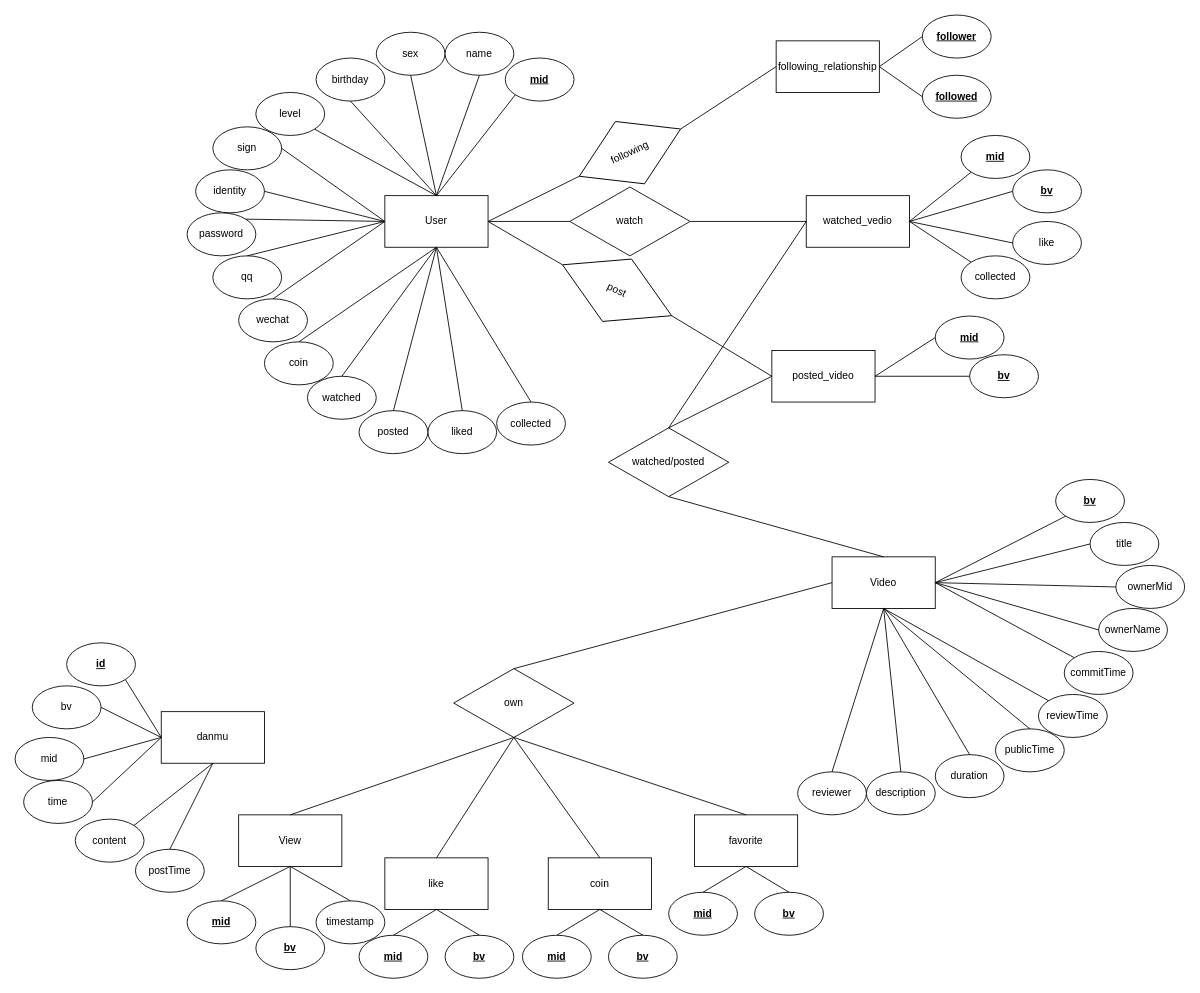
This is 未命名绘图.drawio from Delta0019/Database_project2, a draw.io file, before an edit. Source tidied: cells renumbered, new cells numbered last; positions are measured from the earlier drawing's top-left corner, leaving out a move shared by most shapes. Both pictures are drawn from the tidied source at 86%, with x=0, y=0 at pixel (15, 15).
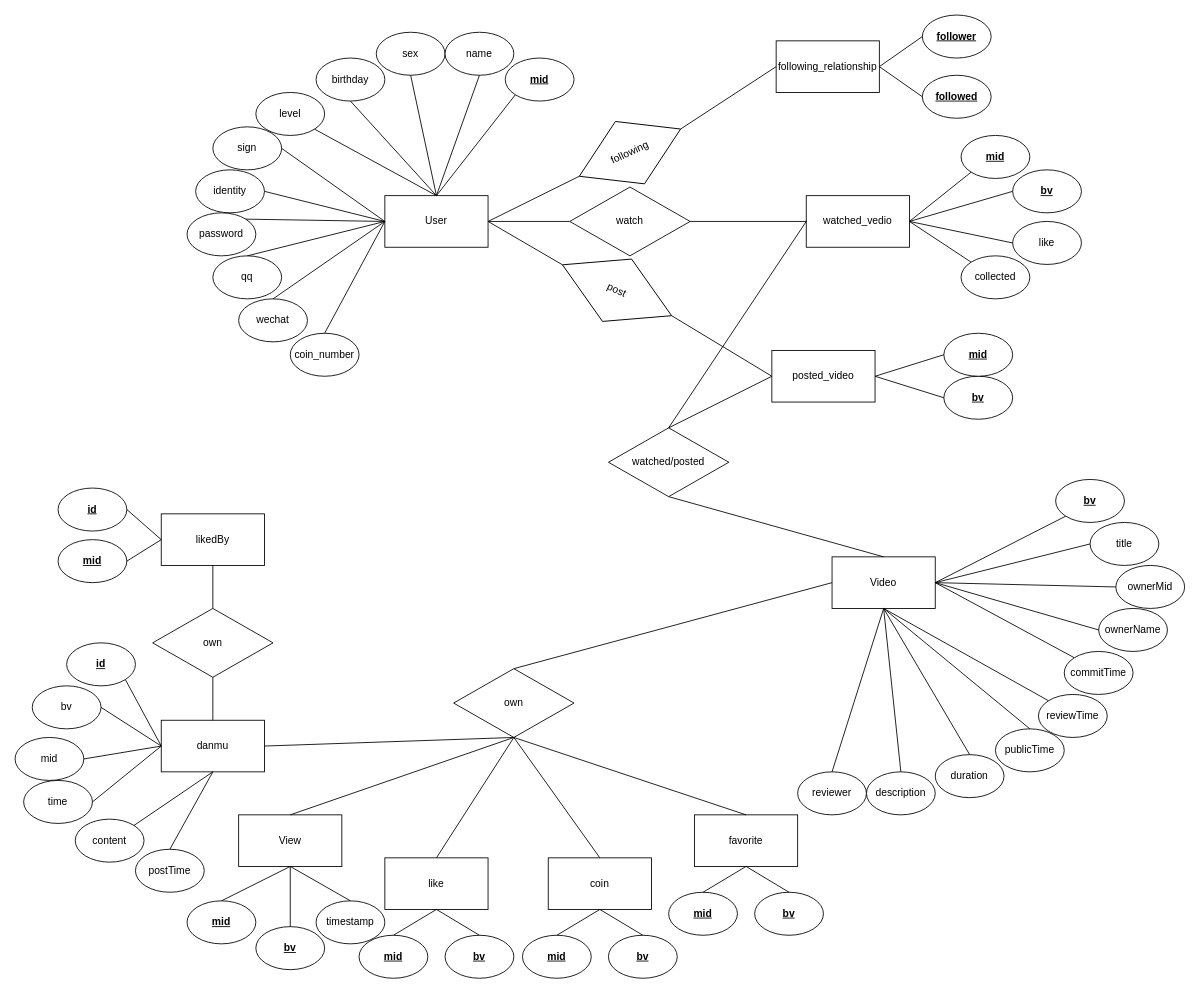
The same page after the edit.

Commit message (it also covers changes not shown here):
更新未命名绘图.drawio

Unchanged cells that the change refers to:
```xml
<mxCell id="2" value="User" style="rounded=0;whiteSpace=wrap;html=1;" parent="1" vertex="1">
  <mxGeometry x="430" y="210" width="120" height="60" as="geometry" />
</mxCell>
<mxCell id="71" value="own" style="rhombus;whiteSpace=wrap;html=1;" parent="1" vertex="1">
  <mxGeometry x="510" y="760" width="140" height="80" as="geometry" />
</mxCell>
```

The edit, as a diff of the source:
```diff
@@
-    <mxCell id="23" value="coin" style="ellipse;whiteSpace=wrap;html=1;" parent="1" vertex="1">
-      <mxGeometry x="290" y="380" width="80" height="50" as="geometry" />
+    <mxCell id="23" value="coin_number" style="ellipse;whiteSpace=wrap;html=1;" parent="1" vertex="1">
+      <mxGeometry x="320" y="370" width="80" height="50" as="geometry" />
     </mxCell>
-    <mxCell id="24" value="collected" style="ellipse;whiteSpace=wrap;html=1;" parent="1" vertex="1">
-      <mxGeometry x="560" y="450" width="80" height="50" as="geometry" />
-    </mxCell>
-    <mxCell id="25" value="liked" style="ellipse;whiteSpace=wrap;html=1;" parent="1" vertex="1">
-      <mxGeometry x="480" y="460" width="80" height="50" as="geometry" />
-    </mxCell>
-    <mxCell id="26" value="watched" style="ellipse;whiteSpace=wrap;html=1;" parent="1" vertex="1">
-      <mxGeometry x="340" y="420" width="80" height="50" as="geometry" />
-    </mxCell>
-    <mxCell id="27" value="posted" style="ellipse;whiteSpace=wrap;html=1;" parent="1" vertex="1">
-      <mxGeometry x="400" y="460" width="80" height="50" as="geometry" />
-    </mxCell>
-    <mxCell id="28" style="endArrow=none;html=1;rounded=0;entryX=0.5;entryY=0;entryDx=0;entryDy=0;exitX=0.5;exitY=1;exitDx=0;exitDy=0;" parent="1" edge="1" source="2" target="26">
-      <mxGeometry relative="1" as="geometry" />
-    </mxCell>
-    <mxCell id="29" style="endArrow=none;html=1;rounded=0;entryX=0.5;entryY=0;entryDx=0;entryDy=0;exitX=0.5;exitY=1;exitDx=0;exitDy=0;" parent="1" edge="1" source="2" target="25">
-      <mxGeometry relative="1" as="geometry" />
-    </mxCell>
-    <mxCell id="30" style="endArrow=none;html=1;rounded=0;entryX=0.5;entryY=0;entryDx=0;entryDy=0;exitX=0.5;exitY=1;exitDx=0;exitDy=0;" parent="1" edge="1" source="2" target="24">
-      <mxGeometry relative="1" as="geometry" />
-    </mxCell>
-    <mxCell id="31" style="endArrow=none;html=1;rounded=0;entryX=0.5;entryY=0;entryDx=0;entryDy=0;exitX=0.5;exitY=1;exitDx=0;exitDy=0;" parent="1" edge="1" source="2" target="23">
+    <mxCell id="31" style="endArrow=none;html=1;rounded=0;entryX=0.5;entryY=0;entryDx=0;entryDy=0;exitX=0;exitY=0.5;exitDx=0;exitDy=0;" parent="1" edge="1" source="2" target="23">
       <mxGeometry relative="1" as="geometry" />
     </mxCell>
-    <mxCell id="32" style="endArrow=none;html=1;rounded=0;entryX=0.5;entryY=0;entryDx=0;entryDy=0;exitX=0.5;exitY=1;exitDx=0;exitDy=0;" parent="1" edge="1" source="2" target="27">
-      <mxGeometry relative="1" as="geometry" />
-    </mxCell>
@@
     <mxCell id="97" value="&lt;b&gt;&lt;u&gt;bv&lt;/u&gt;&lt;/b&gt;" style="ellipse;whiteSpace=wrap;html=1;" parent="1" vertex="1">
-      <mxGeometry x="1110" y="395" width="80" height="50" as="geometry" />
+      <mxGeometry x="1080" y="420" width="80" height="50" as="geometry" />
     </mxCell>
     <mxCell id="98" value="&lt;b&gt;&lt;u&gt;mid&lt;/u&gt;&lt;/b&gt;" style="ellipse;whiteSpace=wrap;html=1;" parent="1" vertex="1">
-      <mxGeometry x="1070" y="350" width="80" height="50" as="geometry" />
+      <mxGeometry x="1080" y="370" width="80" height="50" as="geometry" />
     </mxCell>
@@
     <mxCell id="114" value="danmu" style="rounded=0;whiteSpace=wrap;html=1;" parent="1" vertex="1">
-      <mxGeometry x="170" y="810" width="120" height="60" as="geometry" />
+      <mxGeometry x="170" y="820" width="120" height="60" as="geometry" />
     </mxCell>
@@
+    <mxCell id="127" style="endArrow=none;html=1;rounded=0;exitX=1;exitY=0.5;exitDx=0;exitDy=0;entryX=0.5;entryY=1;entryDx=0;entryDy=0;" parent="1" edge="1" source="114" target="71">
+      <mxGeometry relative="1" as="geometry" />
+    </mxCell>
+    <mxCell id="128" value="likedBy" style="rounded=0;whiteSpace=wrap;html=1;" parent="1" vertex="1">
+      <mxGeometry x="170" y="580" width="120" height="60" as="geometry" />
+    </mxCell>
+    <mxCell id="129" value="own" style="rhombus;whiteSpace=wrap;html=1;" parent="1" vertex="1">
+      <mxGeometry x="160" y="690" width="140" height="80" as="geometry" />
+    </mxCell>
+    <mxCell id="130" style="endArrow=none;html=1;rounded=0;entryX=0.5;entryY=1;entryDx=0;entryDy=0;exitX=0.5;exitY=0;exitDx=0;exitDy=0;" parent="1" edge="1" source="129" target="128">
+      <mxGeometry relative="1" as="geometry" />
+    </mxCell>
+    <mxCell id="131" style="endArrow=none;html=1;rounded=0;entryX=0.5;entryY=1;entryDx=0;entryDy=0;exitX=0.5;exitY=0;exitDx=0;exitDy=0;" parent="1" edge="1" source="114" target="129">
+      <mxGeometry relative="1" as="geometry" />
+    </mxCell>
+    <mxCell id="132" value="&lt;b&gt;&lt;u&gt;id&lt;/u&gt;&lt;/b&gt;" style="ellipse;whiteSpace=wrap;html=1;" parent="1" vertex="1">
+      <mxGeometry x="50" y="550" width="80" height="50" as="geometry" />
+    </mxCell>
+    <mxCell id="133" value="&lt;u&gt;&lt;b&gt;mid&lt;/b&gt;&lt;/u&gt;" style="ellipse;whiteSpace=wrap;html=1;" parent="1" vertex="1">
+      <mxGeometry x="50" y="610" width="80" height="50" as="geometry" />
+    </mxCell>
+    <mxCell id="134" style="endArrow=none;html=1;rounded=0;entryX=0;entryY=0.5;entryDx=0;entryDy=0;exitX=1;exitY=0.5;exitDx=0;exitDy=0;" parent="1" edge="1" source="132" target="128">
+      <mxGeometry relative="1" as="geometry" />
+    </mxCell>
+    <mxCell id="135" style="endArrow=none;html=1;rounded=0;entryX=0;entryY=0.5;entryDx=0;entryDy=0;exitX=1;exitY=0.5;exitDx=0;exitDy=0;" parent="1" edge="1" source="133" target="128">
+      <mxGeometry relative="1" as="geometry" />
+    </mxCell>
```
